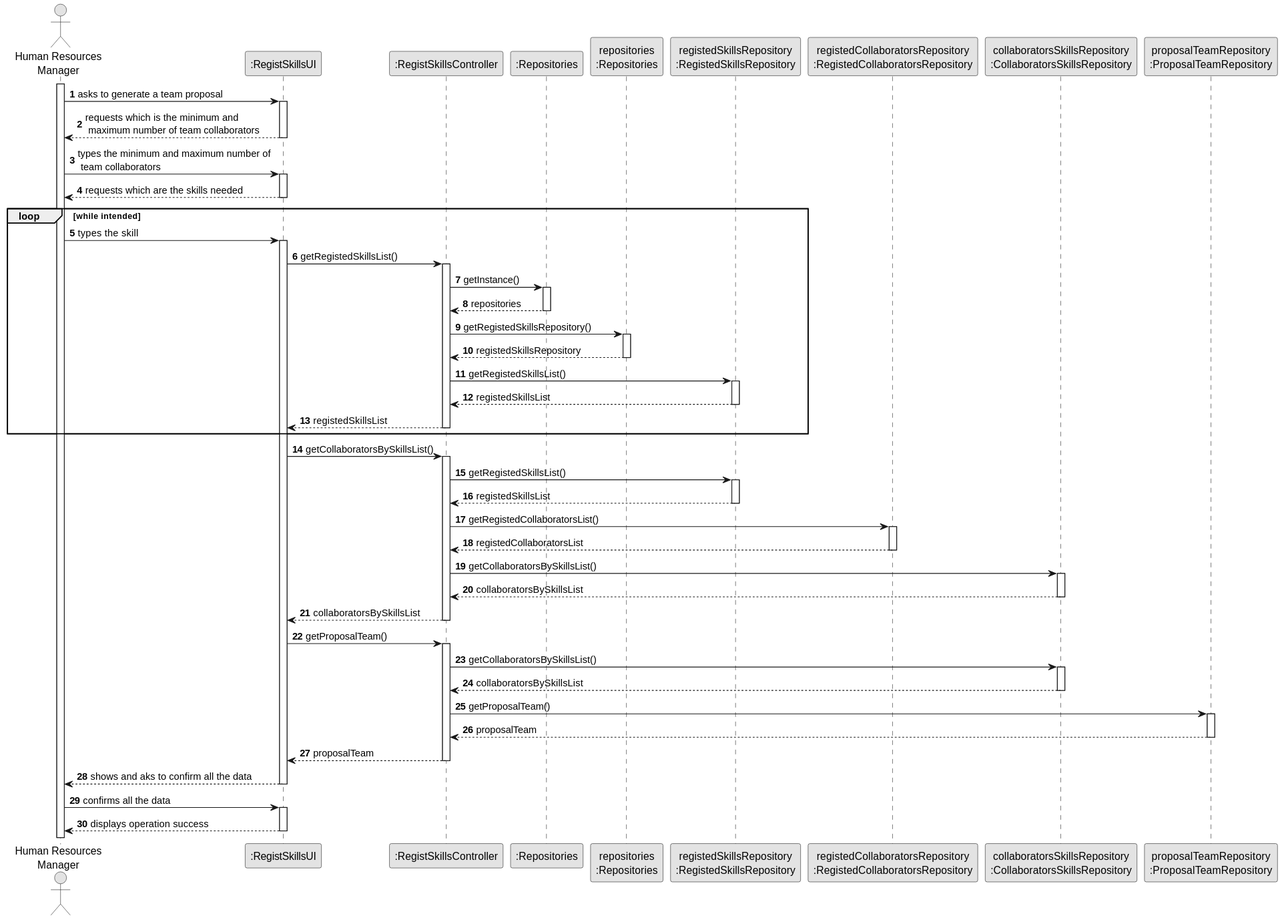
Before: docs/sprint2/us005/03.design/svg/us005-sequence-diagram-full.svg, a diagram exported from PlantUML (1231360-ISEP/lei-24-s2-1db-g021).
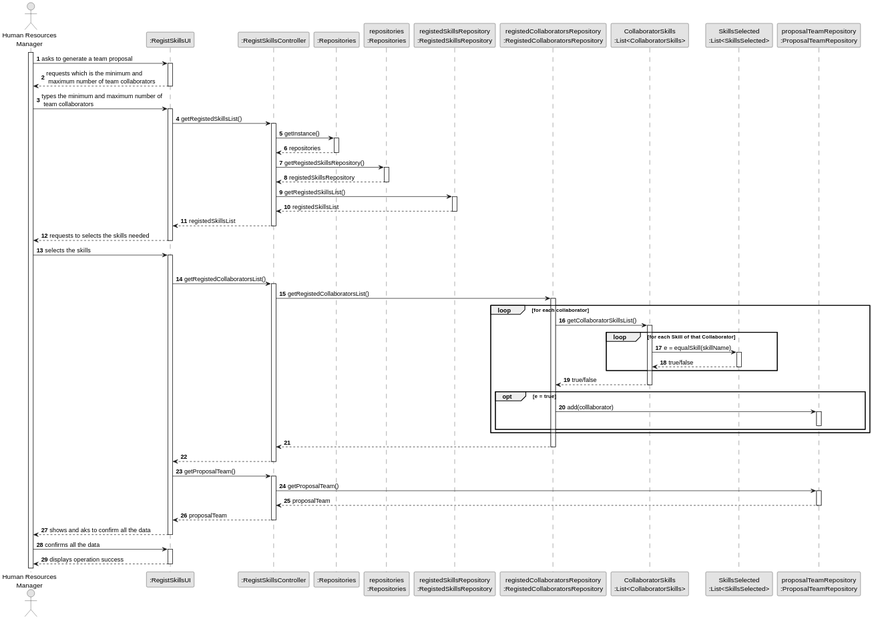
Above is the later version.

Commit message:
Update US01 and US05 - Sequence Diagrams and SVG´s

Change to the diagram source:
```diff
@@ -10,110 +10,117 @@
 participant "repositories\n:Repositories" as PLAT
 participant "registedSkillsRepository\n:RegistedSkillsRepository" as RegistedSkillsRepository
 participant "registedCollaboratorsRepository\n:RegistedCollaboratorsRepository" as RegistedCollaboratorsRepository
-participant "collaboratorsSkillsRepository\n:CollaboratorsSkillsRepository" as CollaboratorsSkillsRepository
+participant "CollaboratorSkills\n:List<CollaboratorSkills>" as CollaboratorSkills
+participant "SkillsSelected\n:List<SkillsSelected>" as ListOfSkillsSelected
 participant "proposalTeamRepository\n:ProposalTeamRepository" as ProposalTeamRepository
 
 autonumber 1
 
 activate HRM
 
-    HRM -> UI : asks to generate a team proposal
-        activate UI
+HRM -> UI : asks to generate a team proposal
+    activate UI
 
-    UI --> HRM : requests which is the minimum and\n maximum number of team collaborators
-    deactivate UI
+UI --> HRM : requests which is the minimum and\n maximum number of team collaborators
+deactivate UI
 
 
-    HRM -> UI : types the minimum and maximum number of\n team collaborators
-        activate UI
+HRM -> UI : types the minimum and maximum number of\n team collaborators
+    activate UI
 
-    UI --> HRM : requests which are the skills needed
-    deactivate UI
+UI -> CTRL: getRegistedSkillsList()
 
-    loop while intended
+activate CTRL
 
-            HRM -> UI : types the skill
-        activate UI
+    CTRL -> RepositorySingleton : getInstance()
+activate RepositorySingleton
 
-            UI -> CTRL: getRegistedSkillsList()
+RepositorySingleton --> CTRL: repositories
+deactivate RepositorySingleton
 
-        activate CTRL
+    CTRL -> PLAT : getRegistedSkillsRepository()
+activate PLAT
 
-            CTRL -> RepositorySingleton : getInstance()
-        activate RepositorySingleton
+PLAT --> CTRL: registedSkillsRepository
+deactivate PLAT
 
-        RepositorySingleton --> CTRL: repositories
-        deactivate RepositorySingleton
+    CTRL -> RegistedSkillsRepository : getRegistedSkillsList()
+activate RegistedSkillsRepository
 
-            CTRL -> PLAT : getRegistedSkillsRepository()
-        activate PLAT
+RegistedSkillsRepository --> CTRL : registedSkillsList
+deactivate RegistedSkillsRepository
 
-        PLAT --> CTRL: registedSkillsRepository
-        deactivate PLAT
+CTRL --> UI : registedSkillsList
+deactivate CTRL
 
-            CTRL -> RegistedSkillsRepository : getRegistedSkillsList()
-        activate RegistedSkillsRepository
+UI --> HRM : requests to selects the skills needed
+deactivate UI
 
-        RegistedSkillsRepository --> CTRL : registedSkillsList
-        deactivate RegistedSkillsRepository
+    HRM -> UI : selects the skills
+activate UI
 
-        CTRL --> UI : registedSkillsList
-        deactivate CTRL
+deactivate CTRL
 
-    deactivate CTRL
+UI -> CTRL: getRegistedCollaboratorsList()
+
+activate CTRL
+
+    CTRL -> RegistedCollaboratorsRepository : getRegistedCollaboratorsList()
+activate RegistedCollaboratorsRepository
+
+    loop for each collaborator
+            RegistedCollaboratorsRepository -> CollaboratorSkills : getCollaboratorSkillsList()
+        activate CollaboratorSkills
+
+            loop for each Skill of that Collaborator
+                    CollaboratorSkills -> ListOfSkillsSelected : e = equalSkill(skillName)
+                activate ListOfSkillsSelected
+
+                CollaboratorSkills <-- ListOfSkillsSelected : true/false
+                deactivate ListOfSkillsSelected
+            end
+        RegistedCollaboratorsRepository <-- CollaboratorSkills : true/false
+        deactivate CollaboratorSkills
+
+        opt e = true
+
+            RegistedCollaboratorsRepository -> ProposalTeamRepository : add(colllaborator)
+            activate ProposalTeamRepository
+            deactivate ProposalTeamRepository
+
+        end
+
+        deactivate CollaboratorSkills
+
     end
 
-    UI -> CTRL: getCollaboratorsBySkillsList()
-
-    activate CTRL
-
-    CTRL -> RegistedSkillsRepository : getRegistedSkillsList()
-    activate RegistedSkillsRepository
-
-        RegistedSkillsRepository --> CTRL : registedSkillsList
-    deactivate RegistedSkillsRepository
-
-    CTRL -> RegistedCollaboratorsRepository : getRegistedCollaboratorsList()
-        activate RegistedCollaboratorsRepository
-
-        RegistedCollaboratorsRepository --> CTRL: registedCollaboratorsList
-        deactivate RegistedCollaboratorsRepository
-
-        CTRL -> CollaboratorsSkillsRepository : getCollaboratorsBySkillsList()
-    activate CollaboratorsSkillsRepository
-
-    CollaboratorsSkillsRepository --> CTRL : collaboratorsBySkillsList
-    deactivate CollaboratorsSkillsRepository
-
-    CTRL --> UI : collaboratorsBySkillsList
-    deactivate CTRL
-
-    UI -> CTRL: getProposalTeam()
-
-    activate CTRL
-
-        CTRL -> CollaboratorsSkillsRepository : getCollaboratorsBySkillsList()
-    activate CollaboratorsSkillsRepository
-
-    CollaboratorsSkillsRepository --> CTRL: collaboratorsBySkillsList
-    deactivate CollaboratorsSkillsRepository
-
-        CTRL -> ProposalTeamRepository : getProposalTeam()
-    activate ProposalTeamRepository
-
-    ProposalTeamRepository --> CTRL : proposalTeam
-    deactivate ProposalTeamRepository
-
-    CTRL --> UI : proposalTeam
-    deactivate CTRL
+RegistedCollaboratorsRepository --> CTRL:
+deactivate RegistedCollaboratorsRepository
 
 
-    UI --> HRM : shows and aks to confirm all the data
-    deactivate UI
+CTRL --> UI :
+deactivate CTRL
 
-    HRM -> UI : confirms all the data
-    activate UI
+UI -> CTRL: getProposalTeam()
 
-    UI --> HRM : displays operation success
-    deactivate UI
+activate CTRL
+
+    CTRL -> ProposalTeamRepository : getProposalTeam()
+activate ProposalTeamRepository
+
+ProposalTeamRepository --> CTRL : proposalTeam
+deactivate ProposalTeamRepository
+
+CTRL --> UI : proposalTeam
+deactivate CTRL
+
+
+UI --> HRM : shows and aks to confirm all the data
+deactivate UI
+
+HRM -> UI : confirms all the data
+activate UI
+
+UI --> HRM : displays operation success
+deactivate UI
 @enduml
```
